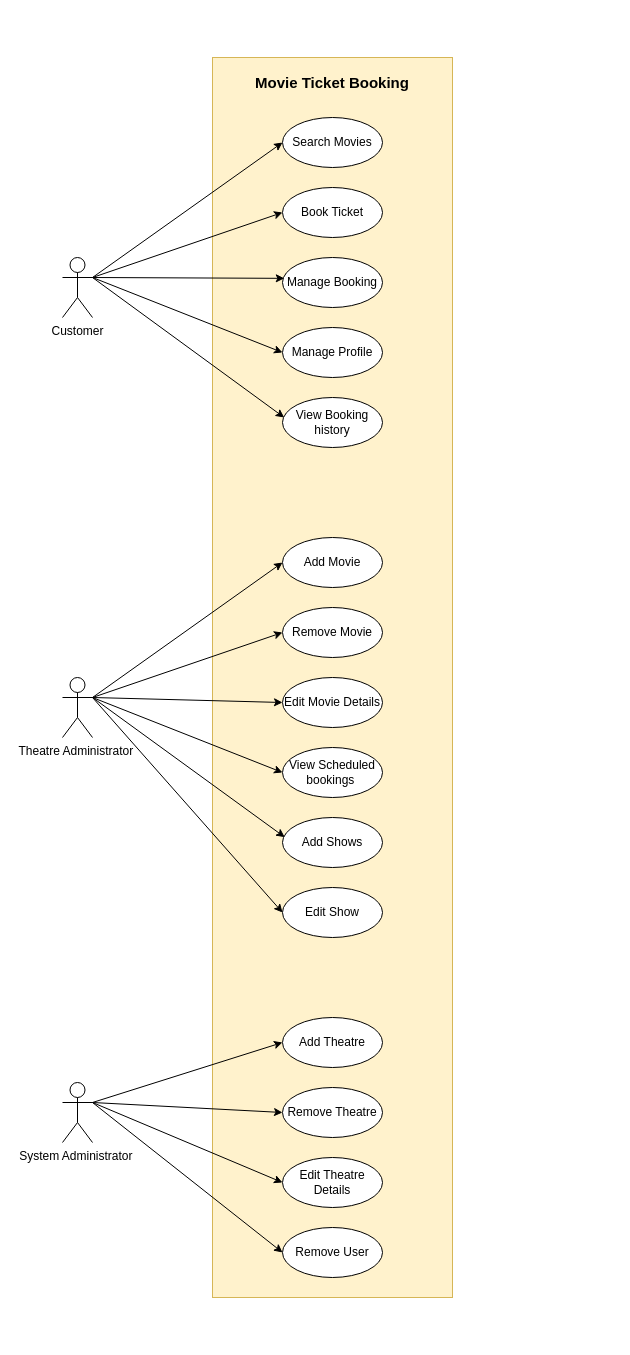
Earlier version of the draw.io diagram usecase diagram.drawio (abhihksd/MovieBookingWebsite). Source tidied: cells renumbered, new cells numbered last; positions are measured from the earlier drawing's top-left corner, leaving out a move shared by most shapes. Both pictures are drawn from the tidied source at 100%, with x=0, y=0 at pixel (62, 57).
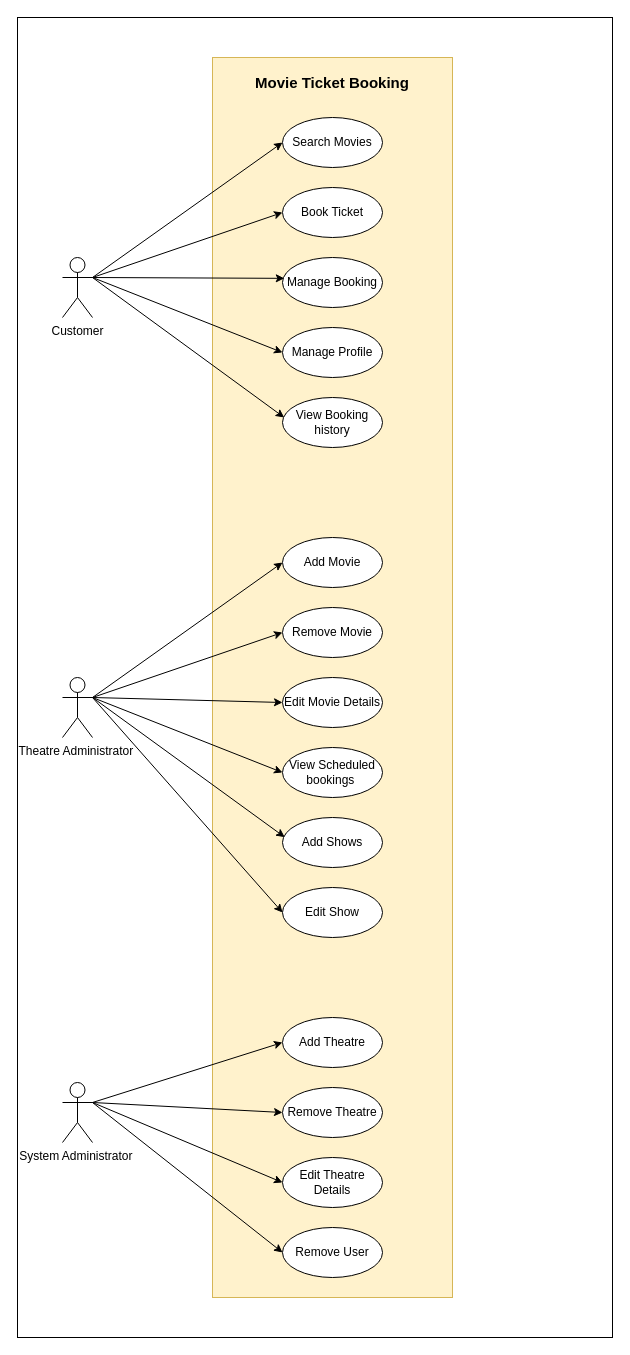
The same diagram, later.

The edit, as a diff of the source:
```diff
@@
+    <mxCell id="37" style="rounded=0;whiteSpace=wrap;html=1;" parent="1" vertex="1">
+      <mxGeometry x="-45" y="-40" width="595" height="1320" as="geometry" />
+    </mxCell>
```
